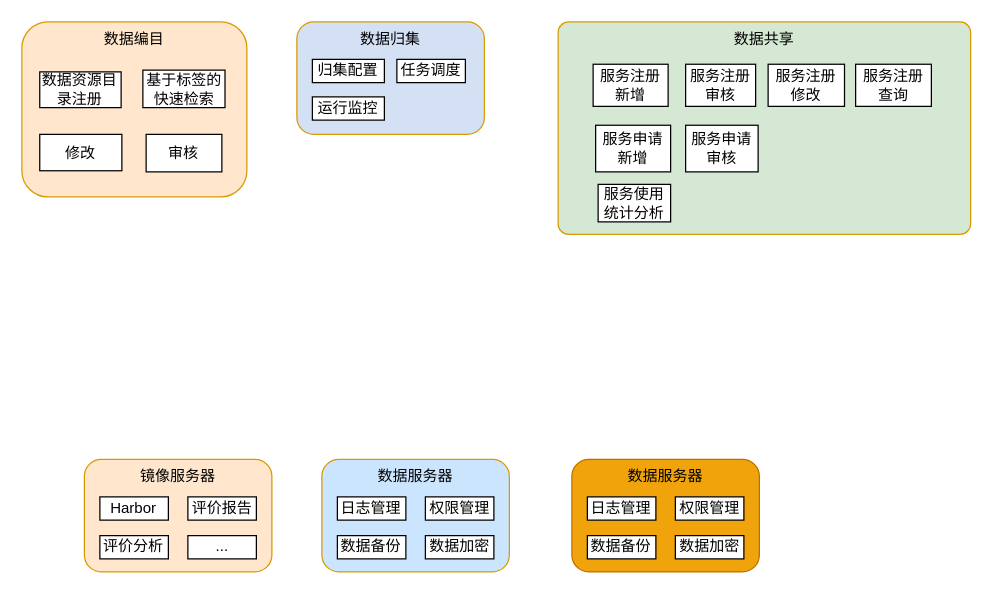
Earlier version of the draw.io diagram doc/未命名绘图.drawio (CoderDream/java-architect-util). Source tidied: cells renumbered, new cells numbered last; positions are measured from the earlier drawing's top-left corner, leaving out a move shared by most shapes. Both pictures are drawn from the tidied source at 125%, with x=0, y=0 at pixel (21, 21).
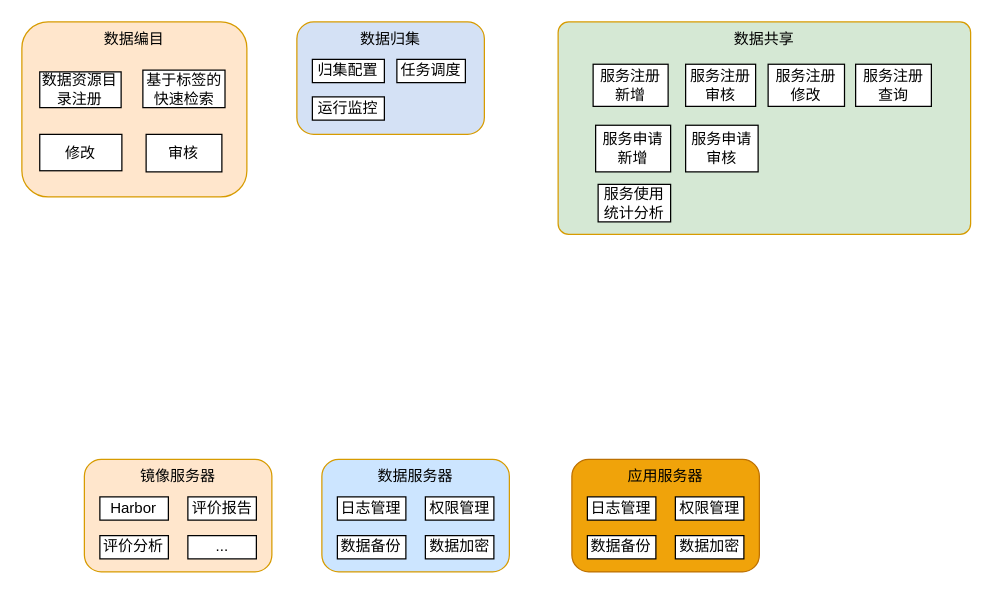
After the change.

Commit message:
更新未命名绘图.drawio

The change refers to these unchanged cells:
```xml
<mxCell id="36" style="group;" parent="1" vertex="1">
  <mxGeometry x="440" y="350" width="150" height="90" as="geometry" />
</mxCell>
```

Diff of the diagram source:
```diff
@@
-    <mxCell id="37" value="数据服务器" style="rounded=1;whiteSpace=wrap;html=1;fillColor=#f0a30a;strokeColor=#BD7000;verticalAlign=top;fontColor=#000000;" parent="36" vertex="1">
+    <mxCell id="37" value="应用服务器" style="rounded=1;whiteSpace=wrap;html=1;fillColor=#f0a30a;strokeColor=#BD7000;verticalAlign=top;fontColor=#000000;" parent="36" vertex="1">
       <mxGeometry width="150" height="90" as="geometry" />
     </mxCell>
```
